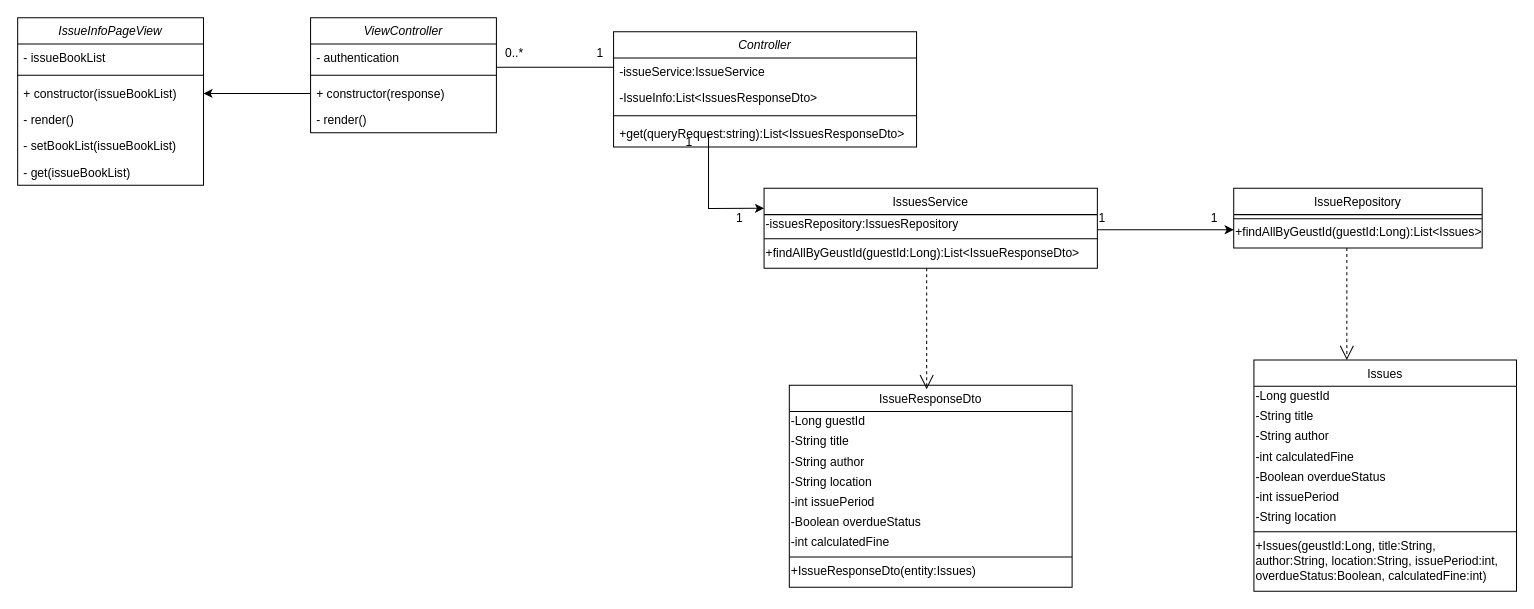
This is docs/ClassDiagram/diagrams/CD-UC-10.drawio from youngkwon02/Enhanced-library-management, a draw.io file, before an edit. Source tidied: cells renumbered, new cells numbered last; positions are measured from the earlier drawing's top-left corner, leaving out a move shared by most shapes. Both pictures are drawn from the tidied source at 101%, with x=0, y=0 at pixel (17, 17).
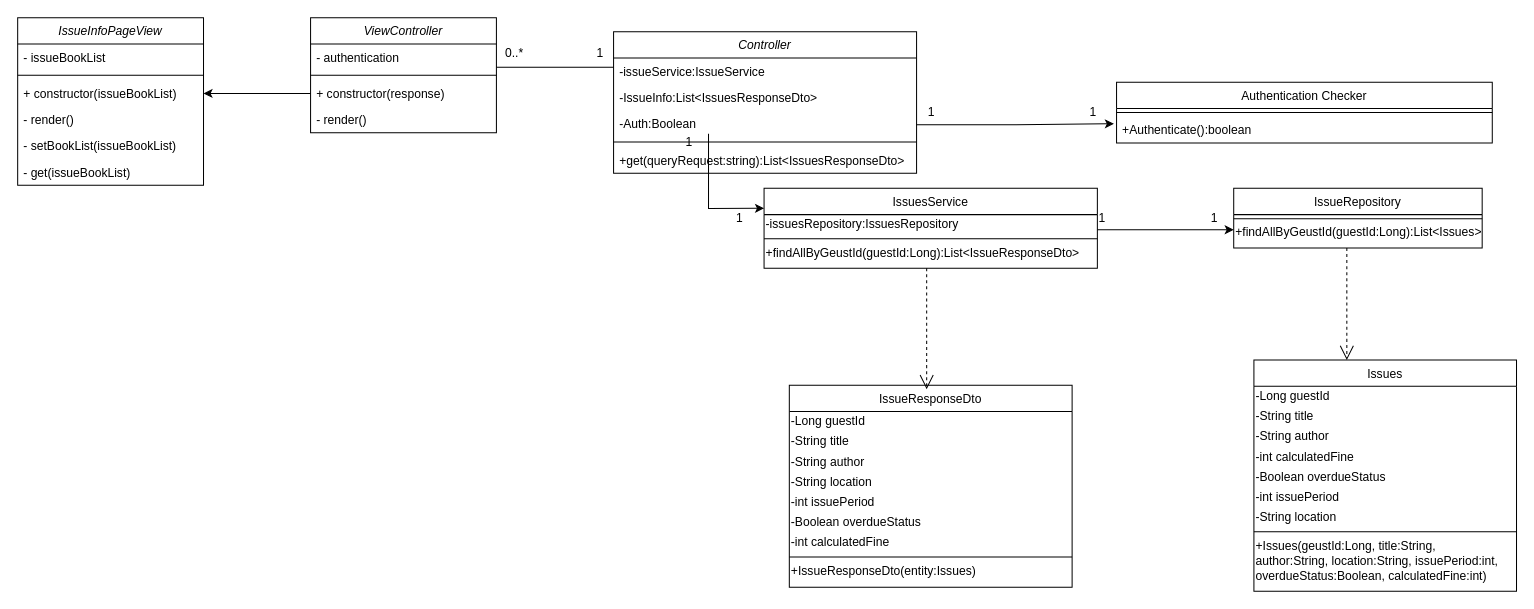
Above is the later version.

What changed in the source:
```diff
@@
     <mxCell id="2" value="Controller" style="swimlane;fontStyle=2;align=center;verticalAlign=top;horizontal=1;startSize=26;rounded=0;shadow=0;strokeWidth=1;" parent="1" vertex="1">
-      <mxGeometry x="590" y="14" width="300" height="114" as="geometry" />
+      <mxGeometry x="590" y="14" width="300" height="140" as="geometry" />
     </mxCell>
@@
+    <mxCell id="58" value="-Auth:Boolean&#10;" style="text;align=left;verticalAlign=top;spacingLeft=4;spacingRight=4;overflow=hidden;" parent="2" vertex="1">
+      <mxGeometry y="78" width="300" height="26" as="geometry" />
+    </mxCell>
     <mxCell id="5" style="line;html=1;strokeWidth=1;align=left;verticalAlign=middle;spacingTop=-1;spacingLeft=3;spacingRight=3;labelPosition=right;" parent="2" vertex="1">
-      <mxGeometry y="78" width="300" height="10" as="geometry" />
+      <mxGeometry y="104" width="300" height="10" as="geometry" />
     </mxCell>
     <mxCell id="6" value="+get(queryRequest:string):List&lt;IssuesResponseDto&gt;" style="text;align=left;verticalAlign=top;spacingLeft=4;spacingRight=4;overflow=hidden;" parent="2" vertex="1">
-      <mxGeometry y="88" width="300" height="26" as="geometry" />
+      <mxGeometry y="114" width="300" height="26" as="geometry" />
     </mxCell>
@@
+    <mxCell id="59" value="Authentication Checker" style="swimlane;fontStyle=0;align=center;verticalAlign=top;horizontal=1;startSize=26;rounded=0;shadow=0;strokeWidth=1;" parent="1" vertex="1">
+      <mxGeometry x="1088" y="64" width="372" height="60" as="geometry" />
+    </mxCell>
+    <mxCell id="60" style="line;html=1;strokeWidth=1;align=left;verticalAlign=middle;spacingTop=-1;spacingLeft=3;spacingRight=3;labelPosition=right;" parent="59" vertex="1">
+      <mxGeometry y="26" width="372" height="8" as="geometry" />
+    </mxCell>
+    <mxCell id="61" value="+Authenticate():boolean" style="text;align=left;verticalAlign=top;spacingLeft=4;spacingRight=4;overflow=hidden;points=[[0,0.5],[1,0.5]];portConstraint=eastwest;" parent="59" vertex="1">
+      <mxGeometry y="34" width="372" height="26" as="geometry" />
+    </mxCell>
+    <mxCell id="62" style="endArrow=classic;html=1;rounded=0;entryX=-0.007;entryY=0.269;entryDx=0;entryDy=0;entryPerimeter=0;" parent="1" edge="1" target="61">
+      <mxGeometry relative="1" as="geometry">
+        <mxPoint x="890" y="106" as="sourcePoint" />
+        <Array as="points">
+          <mxPoint x="980" y="106" />
+        </Array>
+      </mxGeometry>
+    </mxCell>
+    <mxCell id="63" value="1" style="text;html=1;strokeColor=none;fillColor=none;align=center;verticalAlign=middle;whiteSpace=wrap;rounded=0;" parent="1" vertex="1">
+      <mxGeometry x="890" y="84" width="30" height="20" as="geometry" />
+    </mxCell>
+    <mxCell id="64" value="1" style="text;html=1;strokeColor=none;fillColor=none;align=center;verticalAlign=middle;whiteSpace=wrap;rounded=0;" parent="1" vertex="1">
+      <mxGeometry x="1050" y="84" width="30" height="20" as="geometry" />
+    </mxCell>
```
